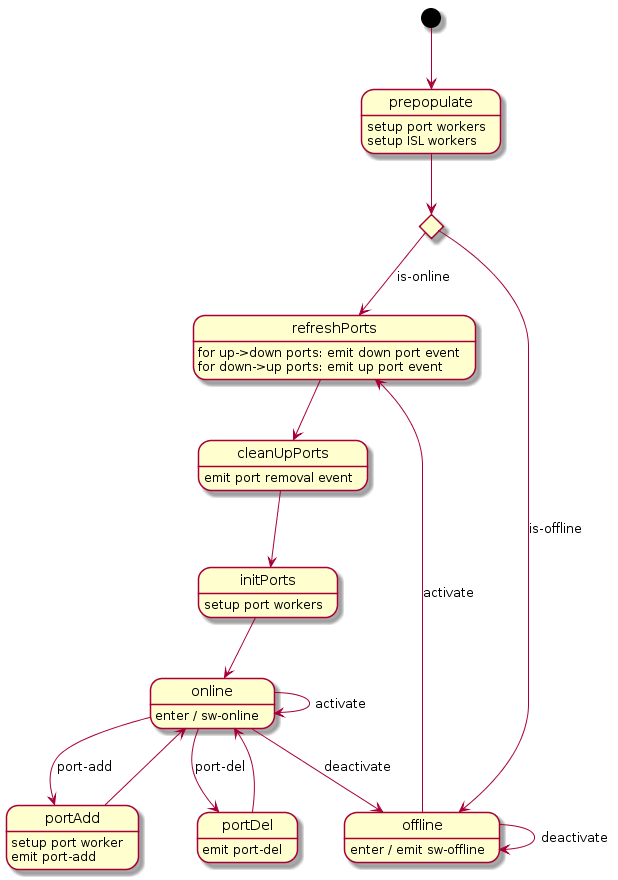
Above: docs/design/network-discovery/switch-FSM.png in telstra/open-kilda (PlantUML), before the change. The source it was exported from:
```plantuml
@startuml
[*] --> prepopulate

state switchSync <<choice>>

prepopulate : setup port workers
prepopulate : setup ISL workers
prepopulate --> switchSync

switchSync --> refreshPorts : is-online
switchSync --> offline : is-offline

refreshPorts : for up->down ports: emit down port event
refreshPorts : for down->up ports: emit up port event
refreshPorts --> cleanUpPorts

cleanUpPorts : emit port removal event
cleanUpPorts --> initPorts

initPorts : setup port workers
initPorts --> online

online : enter / sw-online
online --> online : activate
online --> offline : deactivate
online --> portAdd : port-add
online --> portDel : port-del

portAdd : setup port worker
portAdd : emit port-add
portAdd --> online

portDel : emit port-del
portDel --> online

offline : enter / emit sw-offline
offline --> refreshPorts : activate
offline --> offline : deactivate

@enduml
```
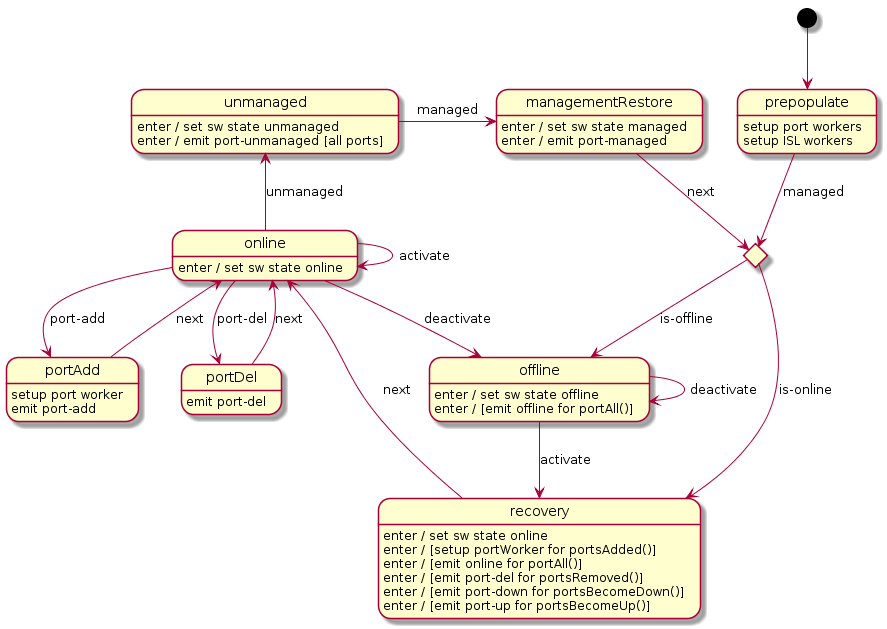
The same diagram one commit later.

Change to the diagram source:
```diff
@@ -5,36 +5,44 @@
 
 prepopulate : setup port workers
 prepopulate : setup ISL workers
-prepopulate --> switchSync
+prepopulate --> switchSync : managed
 
-switchSync --> refreshPorts : is-online
+switchSync --> recovery : is-online
 switchSync --> offline : is-offline
 
-refreshPorts : for up->down ports: emit down port event
-refreshPorts : for down->up ports: emit up port event
-refreshPorts --> cleanUpPorts
+recovery : enter / set sw state online
+recovery : enter / [setup portWorker for portsAdded()]
+recovery : enter / [emit online for portAll()]
+recovery : enter / [emit port-del for portsRemoved()]
+recovery : enter / [emit port-down for portsBecomeDown()]
+recovery : enter / [emit port-up for portsBecomeUp()]
+recovery --> online : next
 
-cleanUpPorts : emit port removal event
-cleanUpPorts --> initPorts
-
-initPorts : setup port workers
-initPorts --> online
-
-online : enter / sw-online
+online : enter / set sw state online
 online --> online : activate
 online --> offline : deactivate
 online --> portAdd : port-add
 online --> portDel : port-del
+online -u-> unmanaged : unmanaged
 
 portAdd : setup port worker
 portAdd : emit port-add
-portAdd --> online
+portAdd --> online : next
 
 portDel : emit port-del
-portDel --> online
+portDel --> online : next
 
-offline : enter / emit sw-offline
-offline --> refreshPorts : activate
+offline : enter / set sw state offline
+offline : enter / [emit offline for portAll()]
+offline --> recovery : activate
 offline --> offline : deactivate
 
+unmanaged : enter / set sw state unmanaged
+unmanaged : enter / emit port-unmanaged [all ports]
+unmanaged -r-> managementRestore : managed
+
+managementRestore : enter / set sw state managed
+managementRestore : enter / emit port-managed
+managementRestore --> switchSync : next
+
 @enduml
```
